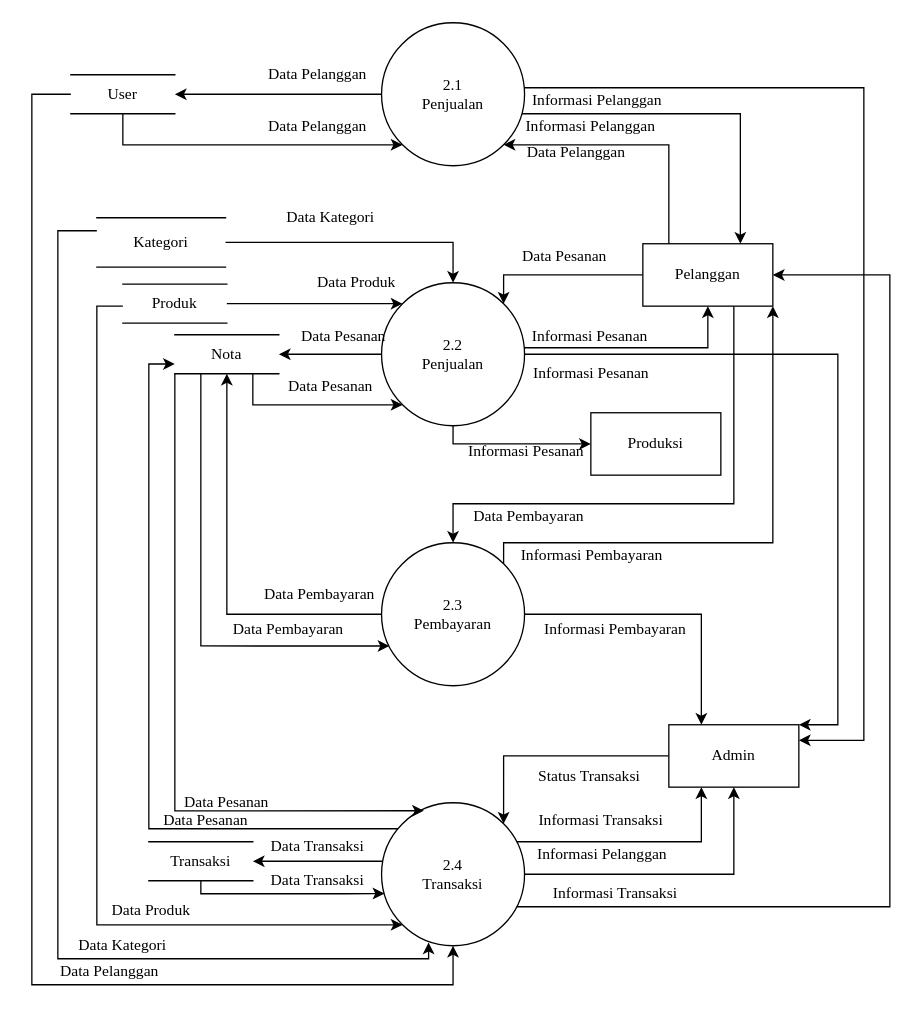
Before: page "DFD Level 1 Penjualan Revisi" (21 of 22) of TA.drawio in angelinahandini/TA, a draw.io diagram. Source tidied: cells renumbered, new cells numbered last; positions are measured from the earlier drawing's top-left corner, leaving out a move shared by most shapes. Both pictures are drawn from the tidied source at 130%, with x=0, y=0 at pixel (31, 22).
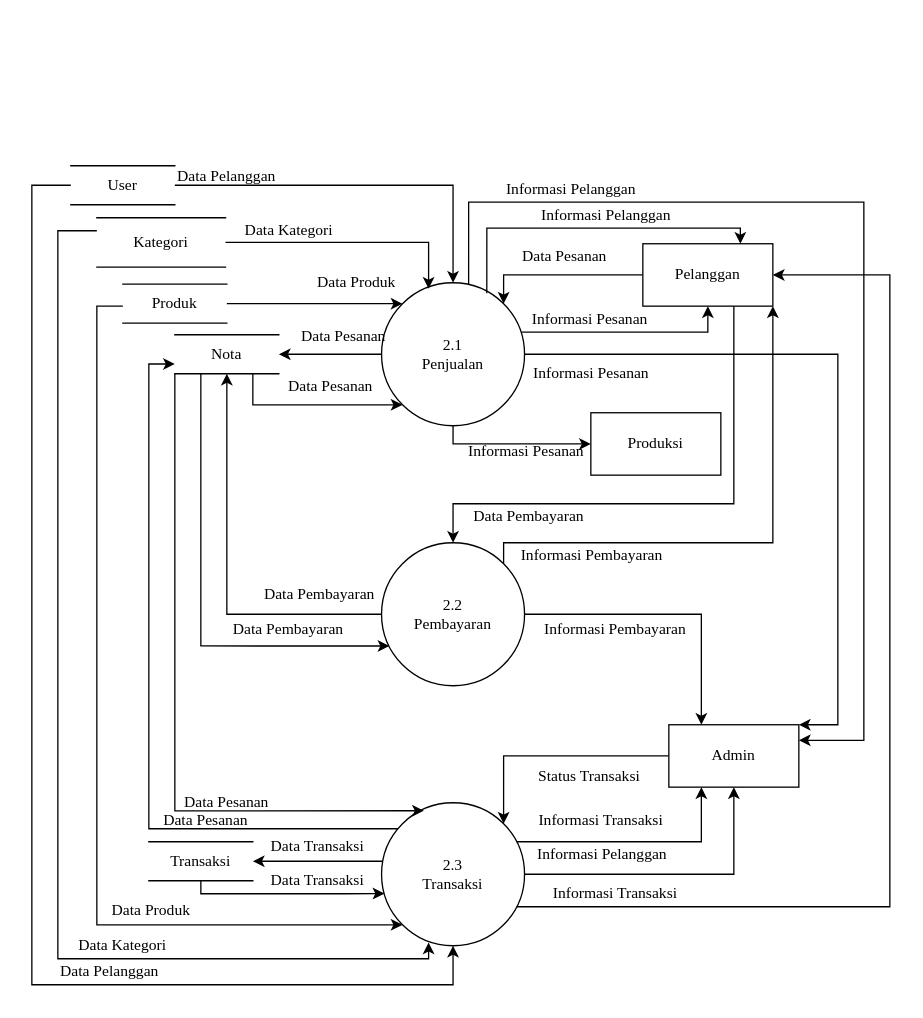
Above is the later version.

Unchanged cells that the change refers to:
```xml
<mxCell id="2" style="group;fontFamily=Times New Roman;" parent="1" vertex="1">
  <mxGeometry width="660" height="740" as="geometry" />
</mxCell>
<mxCell id="11" value="Pelanggan" style="whiteSpace=wrap;html=1;align=center;fontFamily=Times New Roman;" parent="2" vertex="1">
  <mxGeometry x="470" y="170" width="100" height="48" as="geometry" />
</mxCell>
<mxCell id="26" value="Kategori" style="shape=partialRectangle;whiteSpace=wrap;html=1;top=0;bottom=0;fillColor=none;direction=south;fontFamily=Times New Roman;" parent="2" vertex="1">
  <mxGeometry x="50" y="150" width="99" height="38" as="geometry" />
</mxCell>
<mxCell id="46" value="Admin" style="whiteSpace=wrap;html=1;align=center;fontFamily=Times New Roman;" parent="2" vertex="1">
  <mxGeometry x="490" y="540" width="100" height="48" as="geometry" />
</mxCell>
```

Change to the diagram source:
```diff
@@
-    <mxCell id="3" value="2.2&lt;br&gt;Penjualan" style="ellipse;whiteSpace=wrap;html=1;verticalAlign=middle;fontFamily=Times New Roman;" parent="2" vertex="1">
+    <mxCell id="3" value="2.1&lt;br&gt;Penjualan" style="ellipse;whiteSpace=wrap;html=1;verticalAlign=middle;fontFamily=Times New Roman;" parent="2" vertex="1">
       <mxGeometry x="269" y="200" width="110" height="110" as="geometry" />
     </mxCell>
-    <mxCell id="4" value="2.3&lt;br&gt;Pembayaran" style="ellipse;whiteSpace=wrap;html=1;verticalAlign=middle;fontFamily=Times New Roman;" parent="2" vertex="1">
+    <mxCell id="4" value="2.2&lt;br&gt;Pembayaran" style="ellipse;whiteSpace=wrap;html=1;verticalAlign=middle;fontFamily=Times New Roman;" parent="2" vertex="1">
       <mxGeometry x="269" y="400" width="110" height="110" as="geometry" />
     </mxCell>
-    <mxCell id="5" value="2.4&lt;br&gt;Transaksi" style="ellipse;whiteSpace=wrap;html=1;verticalAlign=middle;fontFamily=Times New Roman;" parent="2" vertex="1">
+    <mxCell id="5" value="2.3&lt;br&gt;Transaksi" style="ellipse;whiteSpace=wrap;html=1;verticalAlign=middle;fontFamily=Times New Roman;" parent="2" vertex="1">
       <mxGeometry x="269" y="600" width="110" height="110" as="geometry" />
     </mxCell>
     <mxCell id="6" style="edgeStyle=orthogonalEdgeStyle;rounded=0;jettySize=auto;html=1;entryX=0.5;entryY=1;entryDx=0;entryDy=0;" parent="2" edge="1" source="7" target="5">
       <mxGeometry relative="1" as="geometry">
         <Array as="points">
-          <mxPoint y="55" />
+          <mxPoint y="125" />
           <mxPoint y="740" />
           <mxPoint x="324" y="740" />
         </Array>
       </mxGeometry>
     </mxCell>
     <mxCell id="7" value="User" style="shape=partialRectangle;whiteSpace=wrap;html=1;top=0;bottom=0;fillColor=none;direction=south;fontFamily=Times New Roman;" parent="2" vertex="1">
-      <mxGeometry x="30" y="40" width="80" height="30" as="geometry" />
+      <mxGeometry x="30" y="110" width="80" height="30" as="geometry" />
     </mxCell>
-    <mxCell id="8" value="Data Pelanggan" style="text;html=1;strokeColor=none;fillColor=none;align=center;verticalAlign=middle;whiteSpace=wrap;rounded=0;fontFamily=Times New Roman;" parent="2" vertex="1">
-      <mxGeometry x="180" y="30" width="80" height="20" as="geometry" />
-    </mxCell>
@@
     <mxCell id="12" style="edgeStyle=orthogonalEdgeStyle;rounded=0;jettySize=auto;html=1;entryX=0.5;entryY=1;entryDx=0;entryDy=0;fontFamily=Times New Roman;" parent="2" edge="1" source="3" target="11">
       <mxGeometry relative="1" as="geometry">
         <Array as="points">
-          <mxPoint x="520" y="250" />
+          <mxPoint x="520" y="238" />
         </Array>
       </mxGeometry>
     </mxCell>
@@
-    <mxCell id="16" style="edgeStyle=orthogonalEdgeStyle;rounded=0;jettySize=auto;html=1;entryX=0.75;entryY=0;entryDx=0;entryDy=0;fontFamily=Times New Roman;exitX=0;exitY=0;exitDx=0;exitDy=0;" parent="2" edge="1" source="22" target="11">
+    <mxCell id="16" style="edgeStyle=orthogonalEdgeStyle;rounded=0;jettySize=auto;html=1;entryX=0.75;entryY=0;entryDx=0;entryDy=0;fontFamily=Times New Roman;exitX=0.736;exitY=0.073;exitDx=0;exitDy=0;exitPerimeter=0;" parent="2" edge="1" source="3" target="11">
       <mxGeometry relative="1" as="geometry">
         <Array as="points">
-          <mxPoint x="545" y="70" />
+          <mxPoint x="350" y="158" />
+          <mxPoint x="545" y="158" />
         </Array>
       </mxGeometry>
     </mxCell>
-    <mxCell id="17" style="edgeStyle=orthogonalEdgeStyle;rounded=0;jettySize=auto;html=1;entryX=0.5;entryY=0;entryDx=0;entryDy=0;" parent="2" edge="1" source="18" target="7">
-      <mxGeometry relative="1" as="geometry" />
-    </mxCell>
-    <mxCell id="18" value="2.1&lt;br&gt;Penjualan" style="ellipse;whiteSpace=wrap;html=1;verticalAlign=middle;fontFamily=Times New Roman;" parent="2" vertex="1">
-      <mxGeometry x="269" width="110" height="110" as="geometry" />
-    </mxCell>
-    <mxCell id="19" style="edgeStyle=orthogonalEdgeStyle;rounded=0;jettySize=auto;html=1;entryX=0;entryY=1;entryDx=0;entryDy=0;" parent="2" edge="1" source="7" target="18">
+    <mxCell id="19" style="edgeStyle=orthogonalEdgeStyle;rounded=0;jettySize=auto;html=1;entryX=0.5;entryY=0;entryDx=0;entryDy=0;" parent="2" edge="1" source="7" target="3">
       <mxGeometry relative="1" as="geometry">
         <Array as="points">
-          <mxPoint x="70" y="94" />
+          <mxPoint x="324" y="125" />
         </Array>
       </mxGeometry>
     </mxCell>
-    <mxCell id="20" style="edgeStyle=orthogonalEdgeStyle;rounded=0;jettySize=auto;html=1;entryX=1;entryY=1;entryDx=0;entryDy=0;fontFamily=Times New Roman;" parent="2" edge="1" source="11" target="18">
-      <mxGeometry relative="1" as="geometry">
-        <Array as="points">
-          <mxPoint x="490" y="94" />
-        </Array>
-      </mxGeometry>
-    </mxCell>
-    <mxCell id="21" value="Data Pelanggan" style="text;html=1;strokeColor=none;fillColor=none;align=center;verticalAlign=middle;whiteSpace=wrap;rounded=0;fontFamily=Times New Roman;" parent="2" vertex="1">
-      <mxGeometry x="379" y="90" width="80" height="20" as="geometry" />
-    </mxCell>
     <mxCell id="22" value="Informasi Pelanggan" style="text;html=1;strokeColor=none;fillColor=none;align=center;verticalAlign=middle;whiteSpace=wrap;rounded=0;fontFamily=Times New Roman;" parent="2" vertex="1">
-      <mxGeometry x="375" y="70" width="110" height="20" as="geometry" />
+      <mxGeometry x="387" y="138" width="110" height="20" as="geometry" />
     </mxCell>
     <mxCell id="23" value="Data Pelanggan" style="text;html=1;strokeColor=none;fillColor=none;align=center;verticalAlign=middle;whiteSpace=wrap;rounded=0;fontFamily=Times New Roman;" parent="2" vertex="1">
-      <mxGeometry x="180" y="70" width="80" height="20" as="geometry" />
+      <mxGeometry x="110" y="108" width="80" height="20" as="geometry" />
     </mxCell>
-    <mxCell id="24" style="edgeStyle=orthogonalEdgeStyle;rounded=0;jettySize=auto;html=1;entryX=0.5;entryY=0;entryDx=0;entryDy=0;" parent="2" edge="1" source="26" target="3">
+    <mxCell id="24" style="edgeStyle=orthogonalEdgeStyle;rounded=0;jettySize=auto;html=1;entryX=0.329;entryY=0.042;entryDx=0;entryDy=0;entryPerimeter=0;" parent="2" edge="1" source="26" target="3">
       <mxGeometry relative="1" as="geometry" />
     </mxCell>
@@
     <mxCell id="30" value="Data Kategori" style="text;html=1;strokeColor=none;fillColor=none;align=center;verticalAlign=middle;whiteSpace=wrap;rounded=0;fontFamily=Times New Roman;" parent="2" vertex="1">
-      <mxGeometry x="190" y="140" width="80" height="20" as="geometry" />
+      <mxGeometry x="157.5" y="150" width="80" height="20" as="geometry" />
     </mxCell>
@@
     <mxCell id="32" value="Informasi Pesanan" style="text;html=1;strokeColor=none;fillColor=none;align=center;verticalAlign=middle;whiteSpace=wrap;rounded=0;fontFamily=Times New Roman;" parent="2" vertex="1">
-      <mxGeometry x="379" y="231" width="101" height="20" as="geometry" />
+      <mxGeometry x="379" y="218" width="101" height="20" as="geometry" />
     </mxCell>
@@
-    <mxCell id="51" style="edgeStyle=orthogonalEdgeStyle;rounded=0;jettySize=auto;html=1;entryX=1;entryY=0.25;entryDx=0;entryDy=0;" parent="2" edge="1" source="18" target="46">
+    <mxCell id="51" style="edgeStyle=orthogonalEdgeStyle;rounded=0;jettySize=auto;html=1;entryX=1;entryY=0.25;entryDx=0;entryDy=0;exitX=0.609;exitY=0.016;exitDx=0;exitDy=0;exitPerimeter=0;" parent="2" edge="1" source="3" target="46">
       <mxGeometry relative="1" as="geometry">
         <Array as="points">
-          <mxPoint x="640" y="50" />
+          <mxPoint x="336" y="138" />
+          <mxPoint x="640" y="138" />
           <mxPoint x="640" y="552" />
         </Array>
       </mxGeometry>
     </mxCell>
@@
     <mxCell id="53" value="Informasi Pelanggan" style="text;html=1;strokeColor=none;fillColor=none;align=center;verticalAlign=middle;whiteSpace=wrap;rounded=0;fontFamily=Times New Roman;" parent="2" vertex="1">
-      <mxGeometry x="379.5" y="50" width="110" height="20" as="geometry" />
+      <mxGeometry x="360" y="118" width="110" height="20" as="geometry" />
     </mxCell>
```
